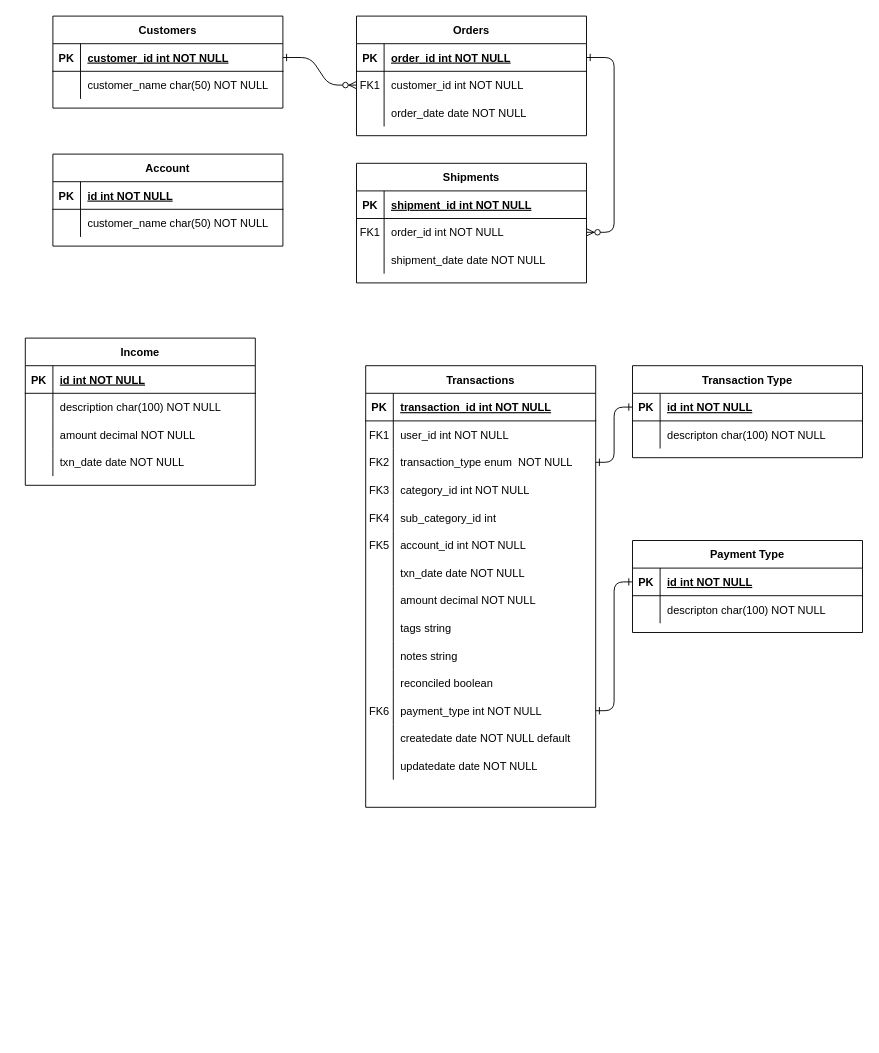
itpreneur/123-Essential-JavaScript-Interview-Questions keeps this draw.io diagram as mockitplace.drawio. Above is the earlier version. Source tidied: cells renumbered, new cells numbered last; positions are measured from the earlier drawing's top-left corner, leaving out a move shared by most shapes. Both pictures are drawn from the tidied source at 92%, with x=0, y=0 at pixel (25, 16).
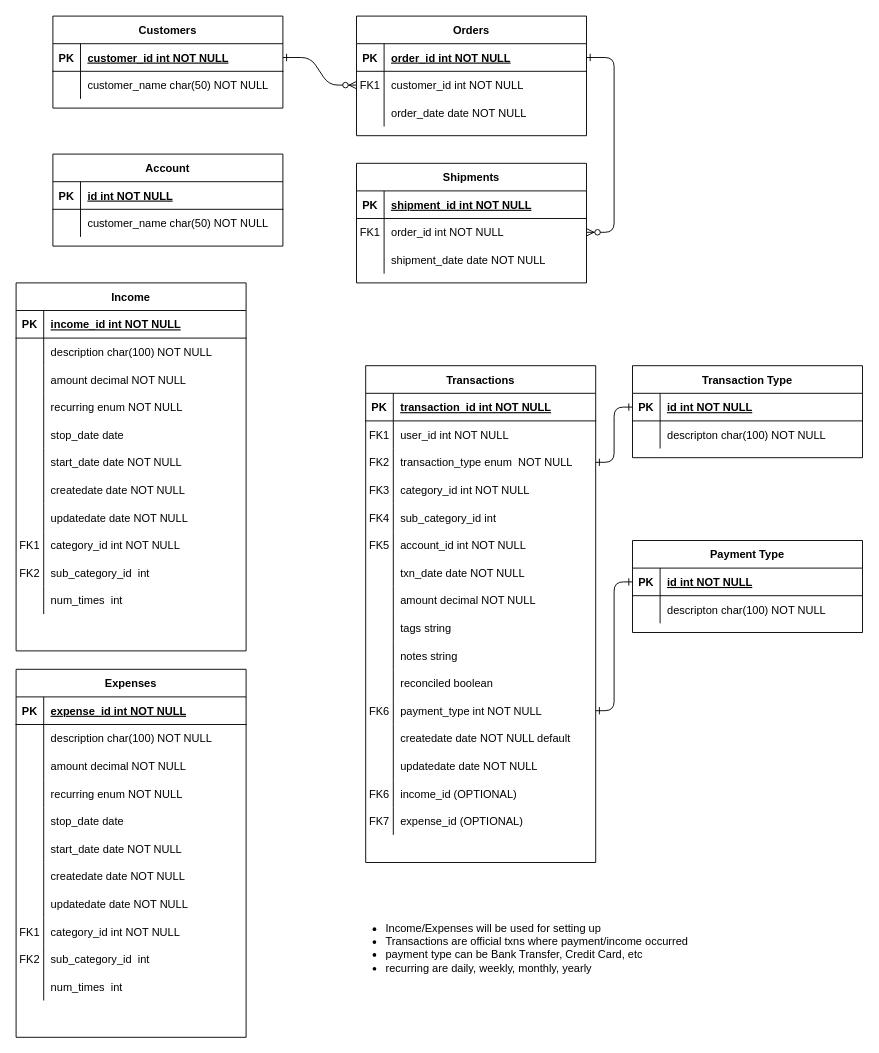
After the change.

The change refers to these unchanged cells:
```xml
<mxCell id="98" style="shape=partialRectangle;fillColor=none;top=0;left=0;right=0;bottom=1;" parent="97" vertex="1">
  <mxGeometry y="30" width="250" height="30" as="geometry" />
</mxCell>
```

What changed in the source:
```diff
@@
     <mxCell id="31" value="Transactions" style="shape=table;startSize=30;childLayout=tableLayout;rowLines=0;fontStyle=1;align=center;" parent="1" vertex="1">
-      <mxGeometry x="370" y="380" width="250" height="480" as="geometry" />
+      <mxGeometry x="370" y="380" width="250" height="540" as="geometry" />
     </mxCell>
@@
+    <mxCell id="110" style="shape=partialRectangle;fillColor=none;top=0;left=0;right=0;bottom=0;" parent="31" vertex="1">
+      <mxGeometry y="450" width="250" height="30" as="geometry" />
+    </mxCell>
+    <mxCell id="111" value="FK6" style="shape=partialRectangle;overflow=hidden;fillColor=none;top=0;left=0;bottom=0;right=0;" parent="110" vertex="1">
+      <mxGeometry width="30" height="30" as="geometry" />
+    </mxCell>
+    <mxCell id="112" value="income_id (OPTIONAL) " style="shape=partialRectangle;overflow=hidden;fillColor=none;top=0;left=0;bottom=0;right=0;align=left;spacingLeft=6;" parent="110" vertex="1">
+      <mxGeometry x="30" width="220" height="30" as="geometry" />
+    </mxCell>
+    <mxCell id="113" style="shape=partialRectangle;fillColor=none;top=0;left=0;right=0;bottom=0;" parent="31" vertex="1">
+      <mxGeometry y="480" width="250" height="30" as="geometry" />
+    </mxCell>
+    <mxCell id="114" value="FK7" style="shape=partialRectangle;overflow=hidden;fillColor=none;top=0;left=0;bottom=0;right=0;" parent="113" vertex="1">
+      <mxGeometry width="30" height="30" as="geometry" />
+    </mxCell>
+    <mxCell id="115" value="expense_id (OPTIONAL) " style="shape=partialRectangle;overflow=hidden;fillColor=none;top=0;left=0;bottom=0;right=0;align=left;spacingLeft=6;" parent="113" vertex="1">
+      <mxGeometry x="30" width="220" height="30" as="geometry" />
+    </mxCell>
@@
     <mxCell id="97" value="Income" style="shape=table;startSize=30;childLayout=tableLayout;rowLines=0;fontStyle=1;align=center;" parent="1" vertex="1">
-      <mxGeometry y="350" width="250" height="160" as="geometry" />
+      <mxGeometry x="-10" y="290" width="250" height="400" as="geometry" />
     </mxCell>
@@
-    <mxCell id="100" value="id int NOT NULL " style="shape=partialRectangle;overflow=hidden;fillColor=none;top=0;left=0;bottom=0;right=0;align=left;spacingLeft=6;fontStyle=5;" parent="98" vertex="1">
+    <mxCell id="100" value="income_id int NOT NULL " style="shape=partialRectangle;overflow=hidden;fillColor=none;top=0;left=0;bottom=0;right=0;align=left;spacingLeft=6;fontStyle=5;" parent="98" vertex="1">
       <mxGeometry x="30" width="220" height="30" as="geometry" />
     </mxCell>
@@
-    <mxCell id="107" style="shape=partialRectangle;fillColor=none;top=0;left=0;right=0;bottom=0;" parent="97" vertex="1">
-      <mxGeometry y="120" width="250" height="30" as="geometry" />
-    </mxCell>
-    <mxCell id="108" style="shape=partialRectangle;overflow=hidden;fillColor=none;top=0;left=0;bottom=0;right=0;" parent="107" vertex="1">
-      <mxGeometry width="30" height="30" as="geometry" />
-    </mxCell>
-    <mxCell id="109" value="txn_date date NOT NULL" style="shape=partialRectangle;overflow=hidden;fillColor=none;top=0;left=0;bottom=0;right=0;align=left;spacingLeft=6;" parent="107" vertex="1">
-      <mxGeometry x="30" width="220" height="30" as="geometry" />
-    </mxCell>
+    <mxCell id="116" style="shape=partialRectangle;fillColor=none;top=0;left=0;right=0;bottom=0;" parent="97" vertex="1">
+      <mxGeometry y="120" width="250" height="30" as="geometry" />
+    </mxCell>
+    <mxCell id="117" style="shape=partialRectangle;overflow=hidden;fillColor=none;top=0;left=0;bottom=0;right=0;" parent="116" vertex="1">
+      <mxGeometry width="30" height="30" as="geometry" />
+    </mxCell>
+    <mxCell id="118" value="recurring enum NOT NULL" style="shape=partialRectangle;overflow=hidden;fillColor=none;top=0;left=0;bottom=0;right=0;align=left;spacingLeft=6;" parent="116" vertex="1">
+      <mxGeometry x="30" width="220" height="30" as="geometry" />
+    </mxCell>
+    <mxCell id="119" style="shape=partialRectangle;fillColor=none;top=0;left=0;right=0;bottom=0;" parent="97" vertex="1">
+      <mxGeometry y="150" width="250" height="30" as="geometry" />
+    </mxCell>
+    <mxCell id="120" style="shape=partialRectangle;overflow=hidden;fillColor=none;top=0;left=0;bottom=0;right=0;" parent="119" vertex="1">
+      <mxGeometry width="30" height="30" as="geometry" />
+    </mxCell>
+    <mxCell id="121" value="stop_date date" style="shape=partialRectangle;overflow=hidden;fillColor=none;top=0;left=0;bottom=0;right=0;align=left;spacingLeft=6;" parent="119" vertex="1">
+      <mxGeometry x="30" width="220" height="30" as="geometry" />
+    </mxCell>
+    <mxCell id="122" style="shape=partialRectangle;fillColor=none;top=0;left=0;right=0;bottom=0;" parent="97" vertex="1">
+      <mxGeometry y="180" width="250" height="30" as="geometry" />
+    </mxCell>
+    <mxCell id="123" style="shape=partialRectangle;overflow=hidden;fillColor=none;top=0;left=0;bottom=0;right=0;" parent="122" vertex="1">
+      <mxGeometry width="30" height="30" as="geometry" />
+    </mxCell>
+    <mxCell id="124" value="start_date date NOT NULL" style="shape=partialRectangle;overflow=hidden;fillColor=none;top=0;left=0;bottom=0;right=0;align=left;spacingLeft=6;" parent="122" vertex="1">
+      <mxGeometry x="30" width="220" height="30" as="geometry" />
+    </mxCell>
+    <mxCell id="125" style="shape=partialRectangle;fillColor=none;top=0;left=0;right=0;bottom=0;" parent="97" vertex="1">
+      <mxGeometry y="210" width="250" height="30" as="geometry" />
+    </mxCell>
+    <mxCell id="126" style="shape=partialRectangle;overflow=hidden;fillColor=none;top=0;left=0;bottom=0;right=0;" parent="125" vertex="1">
+      <mxGeometry width="30" height="30" as="geometry" />
+    </mxCell>
+    <mxCell id="127" value="createdate date NOT NULL" style="shape=partialRectangle;overflow=hidden;fillColor=none;top=0;left=0;bottom=0;right=0;align=left;spacingLeft=6;" parent="125" vertex="1">
+      <mxGeometry x="30" width="220" height="30" as="geometry" />
+    </mxCell>
+    <mxCell id="128" style="shape=partialRectangle;fillColor=none;top=0;left=0;right=0;bottom=0;" parent="97" vertex="1">
+      <mxGeometry y="240" width="250" height="30" as="geometry" />
+    </mxCell>
+    <mxCell id="129" style="shape=partialRectangle;overflow=hidden;fillColor=none;top=0;left=0;bottom=0;right=0;" parent="128" vertex="1">
+      <mxGeometry width="30" height="30" as="geometry" />
+    </mxCell>
+    <mxCell id="130" value="updatedate date NOT NULL" style="shape=partialRectangle;overflow=hidden;fillColor=none;top=0;left=0;bottom=0;right=0;align=left;spacingLeft=6;" parent="128" vertex="1">
+      <mxGeometry x="30" width="220" height="30" as="geometry" />
+    </mxCell>
+    <mxCell id="131" style="shape=partialRectangle;fillColor=none;top=0;left=0;right=0;bottom=0;" parent="97" vertex="1">
+      <mxGeometry y="270" width="250" height="30" as="geometry" />
+    </mxCell>
+    <mxCell id="132" value="FK1" style="shape=partialRectangle;overflow=hidden;fillColor=none;top=0;left=0;bottom=0;right=0;" parent="131" vertex="1">
+      <mxGeometry width="30" height="30" as="geometry" />
+    </mxCell>
+    <mxCell id="133" value="category_id int NOT NULL" style="shape=partialRectangle;overflow=hidden;fillColor=none;top=0;left=0;bottom=0;right=0;align=left;spacingLeft=6;" parent="131" vertex="1">
+      <mxGeometry x="30" width="220" height="30" as="geometry" />
+    </mxCell>
+    <mxCell id="134" style="shape=partialRectangle;fillColor=none;top=0;left=0;right=0;bottom=0;" parent="97" vertex="1">
+      <mxGeometry y="300" width="250" height="30" as="geometry" />
+    </mxCell>
+    <mxCell id="135" value="FK2" style="shape=partialRectangle;overflow=hidden;fillColor=none;top=0;left=0;bottom=0;right=0;" parent="134" vertex="1">
+      <mxGeometry width="30" height="30" as="geometry" />
+    </mxCell>
+    <mxCell id="136" value="sub_category_id  int " style="shape=partialRectangle;overflow=hidden;fillColor=none;top=0;left=0;bottom=0;right=0;align=left;spacingLeft=6;" parent="134" vertex="1">
+      <mxGeometry x="30" width="220" height="30" as="geometry" />
+    </mxCell>
+    <mxCell id="137" style="shape=partialRectangle;fillColor=none;top=0;left=0;right=0;bottom=0;" parent="97" vertex="1">
+      <mxGeometry y="330" width="250" height="30" as="geometry" />
+    </mxCell>
+    <mxCell id="138" style="shape=partialRectangle;overflow=hidden;fillColor=none;top=0;left=0;bottom=0;right=0;" parent="137" vertex="1">
+      <mxGeometry width="30" height="30" as="geometry" />
+    </mxCell>
+    <mxCell id="139" value="num_times  int " style="shape=partialRectangle;overflow=hidden;fillColor=none;top=0;left=0;bottom=0;right=0;align=left;spacingLeft=6;" parent="137" vertex="1">
+      <mxGeometry x="30" width="220" height="30" as="geometry" />
+    </mxCell>
+    <mxCell id="140" value="Expenses" style="shape=table;startSize=30;childLayout=tableLayout;rowLines=0;fontStyle=1;align=center;" parent="1" vertex="1">
+      <mxGeometry x="-10" y="710" width="250" height="400" as="geometry" />
+    </mxCell>
+    <mxCell id="141" style="shape=partialRectangle;fillColor=none;top=0;left=0;right=0;bottom=1;" parent="140" vertex="1">
+      <mxGeometry y="30" width="250" height="30" as="geometry" />
+    </mxCell>
+    <mxCell id="142" value="PK" style="shape=partialRectangle;overflow=hidden;fillColor=none;top=0;left=0;bottom=0;right=0;fontStyle=1;" parent="141" vertex="1">
+      <mxGeometry width="30" height="30" as="geometry" />
+    </mxCell>
+    <mxCell id="143" value="expense_id int NOT NULL " style="shape=partialRectangle;overflow=hidden;fillColor=none;top=0;left=0;bottom=0;right=0;align=left;spacingLeft=6;fontStyle=5;" parent="141" vertex="1">
+      <mxGeometry x="30" width="220" height="30" as="geometry" />
+    </mxCell>
+    <mxCell id="144" style="shape=partialRectangle;fillColor=none;top=0;left=0;right=0;bottom=0;" parent="140" vertex="1">
+      <mxGeometry y="60" width="250" height="30" as="geometry" />
+    </mxCell>
+    <mxCell id="145" style="shape=partialRectangle;overflow=hidden;fillColor=none;top=0;left=0;bottom=0;right=0;" parent="144" vertex="1">
+      <mxGeometry width="30" height="30" as="geometry" />
+    </mxCell>
+    <mxCell id="146" value="description char(100) NOT NULL" style="shape=partialRectangle;overflow=hidden;fillColor=none;top=0;left=0;bottom=0;right=0;align=left;spacingLeft=6;" parent="144" vertex="1">
+      <mxGeometry x="30" width="220" height="30" as="geometry" />
+    </mxCell>
+    <mxCell id="147" style="shape=partialRectangle;fillColor=none;top=0;left=0;right=0;bottom=0;" parent="140" vertex="1">
+      <mxGeometry y="90" width="250" height="30" as="geometry" />
+    </mxCell>
+    <mxCell id="148" style="shape=partialRectangle;overflow=hidden;fillColor=none;top=0;left=0;bottom=0;right=0;" parent="147" vertex="1">
+      <mxGeometry width="30" height="30" as="geometry" />
+    </mxCell>
+    <mxCell id="149" value="amount decimal NOT NULL" style="shape=partialRectangle;overflow=hidden;fillColor=none;top=0;left=0;bottom=0;right=0;align=left;spacingLeft=6;" parent="147" vertex="1">
+      <mxGeometry x="30" width="220" height="30" as="geometry" />
+    </mxCell>
+    <mxCell id="150" style="shape=partialRectangle;fillColor=none;top=0;left=0;right=0;bottom=0;" parent="140" vertex="1">
+      <mxGeometry y="120" width="250" height="30" as="geometry" />
+    </mxCell>
+    <mxCell id="151" style="shape=partialRectangle;overflow=hidden;fillColor=none;top=0;left=0;bottom=0;right=0;" parent="150" vertex="1">
+      <mxGeometry width="30" height="30" as="geometry" />
+    </mxCell>
+    <mxCell id="152" value="recurring enum NOT NULL" style="shape=partialRectangle;overflow=hidden;fillColor=none;top=0;left=0;bottom=0;right=0;align=left;spacingLeft=6;" parent="150" vertex="1">
+      <mxGeometry x="30" width="220" height="30" as="geometry" />
+    </mxCell>
+    <mxCell id="153" style="shape=partialRectangle;fillColor=none;top=0;left=0;right=0;bottom=0;" parent="140" vertex="1">
+      <mxGeometry y="150" width="250" height="30" as="geometry" />
+    </mxCell>
+    <mxCell id="154" style="shape=partialRectangle;overflow=hidden;fillColor=none;top=0;left=0;bottom=0;right=0;" parent="153" vertex="1">
+      <mxGeometry width="30" height="30" as="geometry" />
+    </mxCell>
+    <mxCell id="155" value="stop_date date" style="shape=partialRectangle;overflow=hidden;fillColor=none;top=0;left=0;bottom=0;right=0;align=left;spacingLeft=6;" parent="153" vertex="1">
+      <mxGeometry x="30" width="220" height="30" as="geometry" />
+    </mxCell>
+    <mxCell id="156" style="shape=partialRectangle;fillColor=none;top=0;left=0;right=0;bottom=0;" parent="140" vertex="1">
+      <mxGeometry y="180" width="250" height="30" as="geometry" />
+    </mxCell>
+    <mxCell id="157" style="shape=partialRectangle;overflow=hidden;fillColor=none;top=0;left=0;bottom=0;right=0;" parent="156" vertex="1">
+      <mxGeometry width="30" height="30" as="geometry" />
+    </mxCell>
+    <mxCell id="158" value="start_date date NOT NULL" style="shape=partialRectangle;overflow=hidden;fillColor=none;top=0;left=0;bottom=0;right=0;align=left;spacingLeft=6;" parent="156" vertex="1">
+      <mxGeometry x="30" width="220" height="30" as="geometry" />
+    </mxCell>
+    <mxCell id="159" style="shape=partialRectangle;fillColor=none;top=0;left=0;right=0;bottom=0;" parent="140" vertex="1">
+      <mxGeometry y="210" width="250" height="30" as="geometry" />
+    </mxCell>
+    <mxCell id="160" style="shape=partialRectangle;overflow=hidden;fillColor=none;top=0;left=0;bottom=0;right=0;" parent="159" vertex="1">
+      <mxGeometry width="30" height="30" as="geometry" />
+    </mxCell>
+    <mxCell id="161" value="createdate date NOT NULL" style="shape=partialRectangle;overflow=hidden;fillColor=none;top=0;left=0;bottom=0;right=0;align=left;spacingLeft=6;" parent="159" vertex="1">
+      <mxGeometry x="30" width="220" height="30" as="geometry" />
+    </mxCell>
+    <mxCell id="162" style="shape=partialRectangle;fillColor=none;top=0;left=0;right=0;bottom=0;" parent="140" vertex="1">
+      <mxGeometry y="240" width="250" height="30" as="geometry" />
+    </mxCell>
+    <mxCell id="163" style="shape=partialRectangle;overflow=hidden;fillColor=none;top=0;left=0;bottom=0;right=0;" parent="162" vertex="1">
+      <mxGeometry width="30" height="30" as="geometry" />
+    </mxCell>
+    <mxCell id="164" value="updatedate date NOT NULL" style="shape=partialRectangle;overflow=hidden;fillColor=none;top=0;left=0;bottom=0;right=0;align=left;spacingLeft=6;" parent="162" vertex="1">
+      <mxGeometry x="30" width="220" height="30" as="geometry" />
+    </mxCell>
+    <mxCell id="165" style="shape=partialRectangle;fillColor=none;top=0;left=0;right=0;bottom=0;" parent="140" vertex="1">
+      <mxGeometry y="270" width="250" height="30" as="geometry" />
+    </mxCell>
+    <mxCell id="166" value="FK1" style="shape=partialRectangle;overflow=hidden;fillColor=none;top=0;left=0;bottom=0;right=0;" parent="165" vertex="1">
+      <mxGeometry width="30" height="30" as="geometry" />
+    </mxCell>
+    <mxCell id="167" value="category_id int NOT NULL" style="shape=partialRectangle;overflow=hidden;fillColor=none;top=0;left=0;bottom=0;right=0;align=left;spacingLeft=6;" parent="165" vertex="1">
+      <mxGeometry x="30" width="220" height="30" as="geometry" />
+    </mxCell>
+    <mxCell id="168" style="shape=partialRectangle;fillColor=none;top=0;left=0;right=0;bottom=0;" parent="140" vertex="1">
+      <mxGeometry y="300" width="250" height="30" as="geometry" />
+    </mxCell>
+    <mxCell id="169" value="FK2" style="shape=partialRectangle;overflow=hidden;fillColor=none;top=0;left=0;bottom=0;right=0;" parent="168" vertex="1">
+      <mxGeometry width="30" height="30" as="geometry" />
+    </mxCell>
+    <mxCell id="170" value="sub_category_id  int " style="shape=partialRectangle;overflow=hidden;fillColor=none;top=0;left=0;bottom=0;right=0;align=left;spacingLeft=6;" parent="168" vertex="1">
+      <mxGeometry x="30" width="220" height="30" as="geometry" />
+    </mxCell>
+    <mxCell id="171" style="shape=partialRectangle;fillColor=none;top=0;left=0;right=0;bottom=0;" parent="140" vertex="1">
+      <mxGeometry y="330" width="250" height="30" as="geometry" />
+    </mxCell>
+    <mxCell id="172" style="shape=partialRectangle;overflow=hidden;fillColor=none;top=0;left=0;bottom=0;right=0;" parent="171" vertex="1">
+      <mxGeometry width="30" height="30" as="geometry" />
+    </mxCell>
+    <mxCell id="173" value="num_times  int" style="shape=partialRectangle;overflow=hidden;fillColor=none;top=0;left=0;bottom=0;right=0;align=left;spacingLeft=6;" parent="171" vertex="1">
+      <mxGeometry x="30" width="220" height="30" as="geometry" />
+    </mxCell>
+    <mxCell id="174" value="&lt;ul&gt;&lt;li&gt;Income/Expenses will be used for setting up&amp;nbsp;&lt;/li&gt;&lt;li&gt;Transactions are official txns where payment/income occurred&lt;/li&gt;&lt;li&gt;payment type can be Bank Transfer, Credit Card, etc&lt;/li&gt;&lt;li&gt;recurring are daily, weekly, monthly, yearly&lt;/li&gt;&lt;/ul&gt;" style="text;strokeColor=none;fillColor=none;html=1;whiteSpace=wrap;verticalAlign=middle;overflow=hidden;" parent="1" vertex="1">
+      <mxGeometry x="350" y="970" width="510" height="80" as="geometry" />
+    </mxCell>
```
